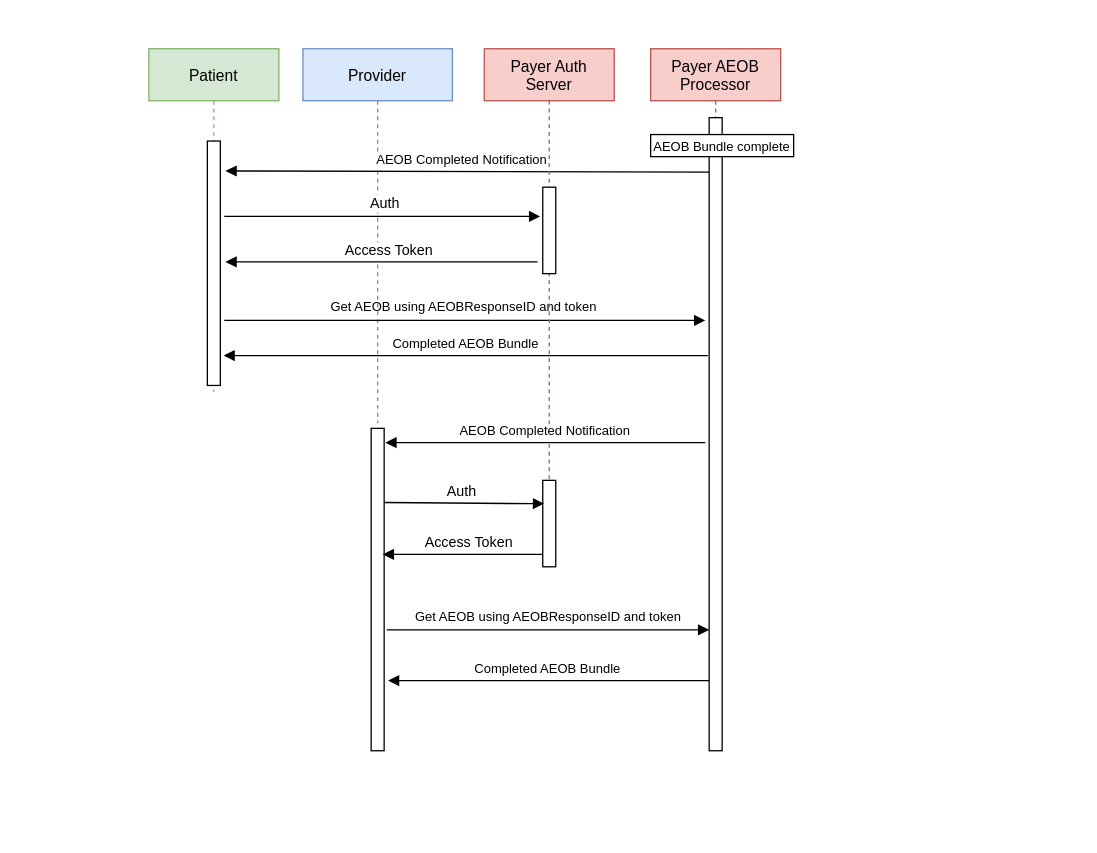
Before: input/images/GetAEOB.drawio in HL7/davinci-pct, a draw.io diagram. Source tidied: cells renumbered, new cells numbered last; positions are measured from the earlier drawing's top-left corner, leaving out a move shared by most shapes. Both pictures are drawn from the tidied source at 130%, with x=0, y=0 at pixel (148, 48).
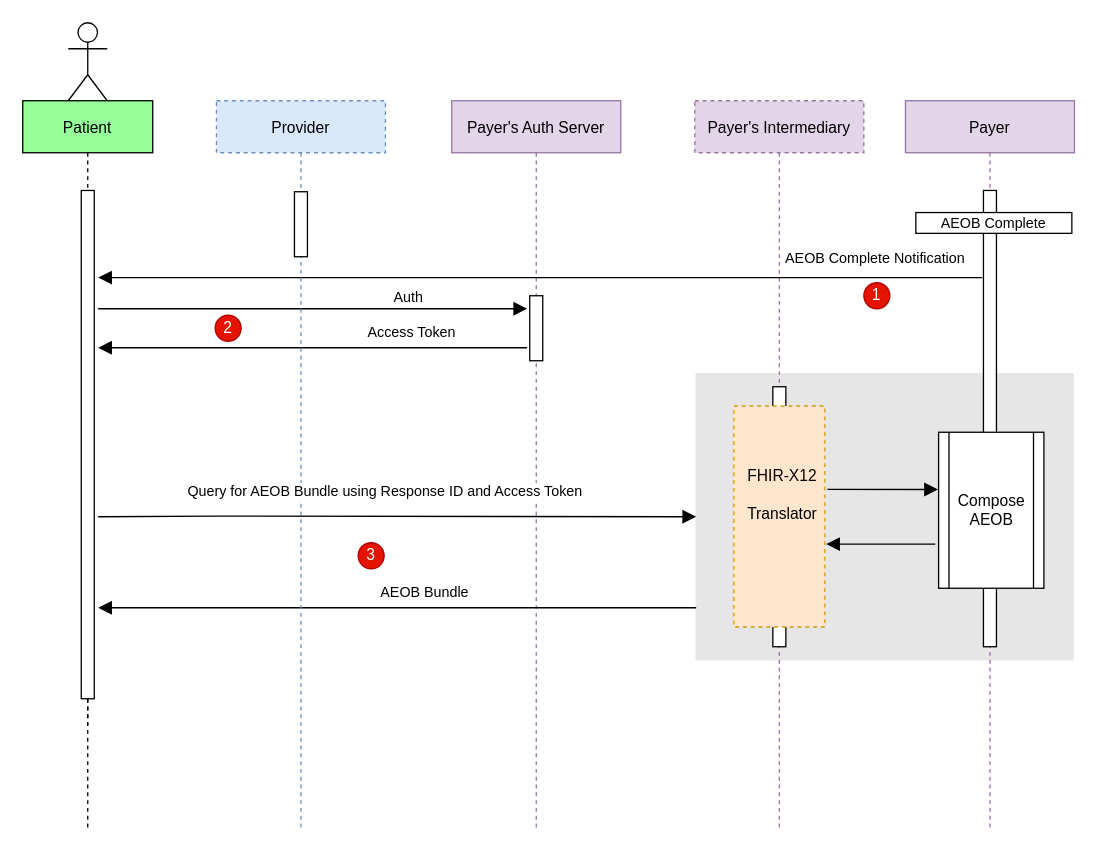
After the change.

Commit message (it also covers changes not shown here):
Updated use case graphics

The edit, as a diff of the source:
```diff
@@
-    <mxCell id="2" style="points=[];perimeter=orthogonalPerimeter;rounded=0;shadow=0;strokeWidth=1;" parent="1" vertex="1">
-      <mxGeometry x="171" y="292" width="10" height="248" as="geometry" />
-    </mxCell>
-    <mxCell id="3" value="Provider" style="shape=umlLifeline;perimeter=lifelinePerimeter;rounded=0;shadow=0;strokeWidth=1;fillColor=#dae8fc;strokeColor=#6c8ebf;" parent="1" vertex="1">
-      <mxGeometry x="118.5" width="115" height="288" as="geometry" />
-    </mxCell>
-    <mxCell id="4" value="Payer AEOB&#10;Processor" style="shape=umlLifeline;perimeter=lifelinePerimeter;rounded=0;shadow=0;strokeWidth=1;fillColor=#f8cecc;strokeColor=#b85450;" parent="1" vertex="1">
-      <mxGeometry x="386" width="100" height="443" as="geometry" />
-    </mxCell>
-    <mxCell id="5" style="points=[];perimeter=orthogonalPerimeter;rounded=0;shadow=0;strokeWidth=1;" parent="1" vertex="1">
-      <mxGeometry x="431" y="53" width="10" height="487" as="geometry" />
-    </mxCell>
-    <mxCell id="6" value="Patient" style="shape=umlLifeline;perimeter=lifelinePerimeter;rounded=0;shadow=0;strokeWidth=1;fillColor=#d5e8d4;strokeColor=#82b366;" parent="1" vertex="1">
-      <mxGeometry width="100" height="264" as="geometry" />
+    <mxCell id="6" value="Patient" style="shape=umlLifeline;perimeter=lifelinePerimeter;rounded=0;shadow=0;strokeWidth=1;fillColor=#96FF9A;" parent="1" vertex="1">
+      <mxGeometry x="-97" y="40" width="100" height="480" as="geometry" />
     </mxCell>
     <mxCell id="7" style="points=[];perimeter=orthogonalPerimeter;rounded=0;shadow=0;strokeWidth=1;" parent="6" vertex="1">
-      <mxGeometry x="45" y="71" width="10" height="188" as="geometry" />
+      <mxGeometry x="45" y="69" width="10" height="391" as="geometry" />
     </mxCell>
-    <mxCell id="8" style="verticalAlign=bottom;endArrow=block;shadow=0;strokeWidth=1;" parent="1" edge="1">
-      <mxGeometry relative="1" as="geometry">
-        <mxPoint x="58" y="209" as="sourcePoint" />
-        <mxPoint x="428" y="209" as="targetPoint" />
-      </mxGeometry>
-    </mxCell>
-    <mxCell id="9" value="Get AEOB using AEOBResponseID and token" style="text;html=1;align=center;verticalAlign=middle;fillColor=none;strokeColor=none;rounded=0;fontSize=10;" parent="1" vertex="1">
-      <mxGeometry x="134" y="190" width="215" height="16" as="geometry" />
-    </mxCell>
-    <mxCell id="10" value="Access Token" style="verticalAlign=bottom;endArrow=block;entryX=0.9;entryY=0.391;shadow=0;strokeWidth=1;fontSize=11;entryDx=0;entryDy=0;entryPerimeter=0;" parent="1" edge="1" source="14" target="2">
-      <mxGeometry x="-0.05" relative="1" as="geometry" />
-    </mxCell>
-    <mxCell id="11" value="Completed AEOB Bundle" style="verticalAlign=bottom;endArrow=block;shadow=0;strokeWidth=1;fontSize=10;" parent="1" edge="1">
-      <mxGeometry relative="1" as="geometry">
-        <mxPoint x="431" y="486" as="sourcePoint" />
-        <mxPoint x="184" y="486" as="targetPoint" />
-      </mxGeometry>
-    </mxCell>
-    <mxCell id="12" value="&lt;font style=&quot;font-size: 10px&quot;&gt;AEOB Bundle complete&lt;/font&gt;" style="rounded=0;whiteSpace=wrap;html=1;" parent="1" vertex="1">
-      <mxGeometry x="386" y="66" width="110" height="17" as="geometry" />
-    </mxCell>
-    <mxCell id="13" value="AEOB Completed Notification" style="verticalAlign=bottom;endArrow=block;shadow=0;strokeWidth=1;fontSize=10;labelBackgroundColor=#FFFFFF;exitX=0;exitY=0.086;exitDx=0;exitDy=0;exitPerimeter=0;" parent="1" edge="1" source="5">
-      <mxGeometry x="0.02" relative="1" as="geometry">
-        <mxPoint x="59" y="94" as="targetPoint" />
-      </mxGeometry>
-    </mxCell>
-    <mxCell id="14" value="Payer Auth&#10;Server" style="shape=umlLifeline;perimeter=lifelinePerimeter;rounded=0;shadow=0;strokeWidth=1;fillColor=#f8cecc;strokeColor=#b85450;" parent="1" vertex="1">
-      <mxGeometry x="258" width="100" height="399" as="geometry" />
-    </mxCell>
-    <mxCell id="15" style="points=[];perimeter=orthogonalPerimeter;rounded=0;shadow=0;strokeWidth=1;" parent="1" vertex="1">
-      <mxGeometry x="303" y="106.5" width="10" height="66.5" as="geometry" />
-    </mxCell>
-    <mxCell id="16" value="Auth" style="verticalAlign=bottom;endArrow=block;entryX=-0.2;entryY=0.338;shadow=0;strokeWidth=1;entryDx=0;entryDy=0;entryPerimeter=0;labelBackgroundColor=#FFFFFF;" parent="1" edge="1" target="15">
-      <mxGeometry x="0.02" y="1" relative="1" as="geometry">
-        <mxPoint x="58" y="129" as="sourcePoint" />
-      </mxGeometry>
-    </mxCell>
-    <mxCell id="17" value="Access Token" style="verticalAlign=bottom;endArrow=block;shadow=0;strokeWidth=1;fontSize=11;labelBackgroundColor=#FFFFFF;" parent="1" edge="1">
-      <mxGeometry x="-0.05" relative="1" as="geometry">
-        <mxPoint x="299" y="164" as="sourcePoint" />
-        <mxPoint x="59" y="164" as="targetPoint" />
-      </mxGeometry>
-    </mxCell>
-    <mxCell id="18" value="Completed AEOB Bundle" style="verticalAlign=bottom;endArrow=block;shadow=0;strokeWidth=1;fontSize=10;" parent="1" edge="1">
-      <mxGeometry relative="1" as="geometry">
-        <mxPoint x="430" y="236" as="sourcePoint" />
-        <mxPoint x="57.5" y="236" as="targetPoint" />
-      </mxGeometry>
-    </mxCell>
-    <mxCell id="19" value="AEOB Completed Notification" style="verticalAlign=bottom;endArrow=block;shadow=0;strokeWidth=1;fontSize=10;" parent="1" edge="1">
-      <mxGeometry relative="1" as="geometry">
-        <mxPoint x="428" y="303" as="sourcePoint" />
-        <mxPoint x="182" y="303" as="targetPoint" />
-      </mxGeometry>
-    </mxCell>
-    <mxCell id="20" style="points=[];perimeter=orthogonalPerimeter;rounded=0;shadow=0;strokeWidth=1;" parent="1" vertex="1">
-      <mxGeometry x="303" y="332" width="10" height="66.5" as="geometry" />
-    </mxCell>
-    <mxCell id="21" value="Auth" style="verticalAlign=bottom;endArrow=block;entryX=0.1;entryY=0.271;shadow=0;strokeWidth=1;entryDx=0;entryDy=0;entryPerimeter=0;exitX=1;exitY=0.23;exitDx=0;exitDy=0;exitPerimeter=0;" parent="1" edge="1" source="2" target="20">
-      <mxGeometry x="-0.02" relative="1" as="geometry" />
-    </mxCell>
-    <mxCell id="22" style="verticalAlign=bottom;endArrow=block;shadow=0;strokeWidth=1;" parent="1" edge="1">
-      <mxGeometry relative="1" as="geometry">
-        <mxPoint x="183" y="447" as="sourcePoint" />
-        <mxPoint x="431" y="447" as="targetPoint" />
-      </mxGeometry>
-    </mxCell>
-    <mxCell id="23" value="Get AEOB using AEOBResponseID and token" style="text;html=1;align=center;verticalAlign=middle;fillColor=none;strokeColor=none;rounded=0;fontSize=10;" parent="1" vertex="1">
-      <mxGeometry x="199" y="429" width="215" height="16" as="geometry" />
-    </mxCell>
+    <mxCell id="24" value="Payer's Auth Server" style="shape=umlLifeline;perimeter=lifelinePerimeter;rounded=0;shadow=0;strokeWidth=1;fillColor=#e1d5e7;strokeColor=#9673a6;" parent="1" vertex="1">
+      <mxGeometry x="233" y="40" width="130" height="560" as="geometry" />
+    </mxCell>
+    <mxCell id="25" style="perimeter=orthogonalPerimeter;rounded=0;shadow=0;strokeWidth=1;" parent="24" vertex="1">
+      <mxGeometry x="60" y="150" width="10" height="50" as="geometry" />
+    </mxCell>
+    <mxCell id="26" style="shape=umlActor;verticalLabelPosition=bottom;verticalAlign=top;html=1;" parent="1" vertex="1">
+      <mxGeometry x="-62" y="-20" width="30" height="60" as="geometry" />
+    </mxCell>
+    <mxCell id="27" style="edgeStyle=orthogonalEdgeStyle;rounded=0;jettySize=auto;html=1;dashed=1;endArrow=none;endFill=0;" parent="1" edge="1" source="7">
+      <mxGeometry relative="1" as="geometry">
+        <mxPoint x="-47" y="600" as="targetPoint" />
+      </mxGeometry>
+    </mxCell>
+    <mxCell id="28" value="1" style="ellipse;whiteSpace=wrap;html=1;fillColor=#e51400;strokeColor=#B20000;fontColor=#ffffff;" parent="1" vertex="1">
+      <mxGeometry x="550" y="180" width="20" height="20" as="geometry" />
+    </mxCell>
+    <mxCell id="29" value="2" style="ellipse;whiteSpace=wrap;html=1;fillColor=#e51400;strokeColor=#B20000;fontColor=#ffffff;" parent="1" vertex="1">
+      <mxGeometry x="51" y="205" width="20" height="20" as="geometry" />
+    </mxCell>
+    <mxCell id="30" style="perimeter=orthogonalPerimeter;rounded=0;shadow=0;strokeWidth=1;fillColor=#E6E6E6;strokeColor=#E6E6E6;" parent="1" vertex="1">
+      <mxGeometry x="421" y="250" width="290" height="220" as="geometry" />
+    </mxCell>
+    <mxCell id="31" value="Payer's Intermediary" style="shape=umlLifeline;perimeter=lifelinePerimeter;rounded=0;shadow=0;strokeWidth=1;fillColor=#e1d5e7;strokeColor=#9673a6;dashed=1;" parent="1" vertex="1">
+      <mxGeometry x="420" y="40" width="130" height="560" as="geometry" />
+    </mxCell>
+    <mxCell id="32" style="perimeter=orthogonalPerimeter;rounded=0;shadow=0;strokeWidth=1;" parent="31" vertex="1">
+      <mxGeometry x="60" y="220" width="10" height="200" as="geometry" />
+    </mxCell>
+    <mxCell id="33" value="Payer" style="shape=umlLifeline;perimeter=lifelinePerimeter;rounded=0;shadow=0;strokeWidth=1;fillColor=#e1d5e7;strokeColor=#9673a6;" parent="1" vertex="1">
+      <mxGeometry x="582" y="40" width="130" height="560" as="geometry" />
+    </mxCell>
+    <mxCell id="34" style="perimeter=orthogonalPerimeter;rounded=0;shadow=0;strokeWidth=1;" parent="33" vertex="1">
+      <mxGeometry x="60" y="69" width="10" height="351" as="geometry" />
+    </mxCell>
+    <mxCell id="35" style="group;" parent="1" vertex="1">
+      <mxGeometry x="452" y="278" width="70" height="170" as="geometry" />
+    </mxCell>
+    <mxCell id="36" style="rounded=0;whiteSpace=wrap;html=1;fillColor=#ffe6cc;strokeColor=#d79b00;dashed=1;" parent="35" vertex="1">
+      <mxGeometry x="-2" y="-3.2" width="70" height="170" as="geometry" />
+    </mxCell>
+    <mxCell id="37" value="&lt;font style=&quot;font-size: 12px ; font-weight: normal&quot;&gt;FHIR-X12&lt;br&gt;Translator&lt;/font&gt;" style="text;strokeColor=none;fillColor=none;html=1;fontSize=24;fontStyle=1;verticalAlign=middle;align=center;" parent="35" vertex="1">
+      <mxGeometry y="32.2" width="70" height="56.7" as="geometry" />
+    </mxCell>
+    <mxCell id="38" value="Compose AEOB" style="shape=process;whiteSpace=wrap;html=1;backgroundOutline=1;" parent="1" vertex="1">
+      <mxGeometry x="607.5" y="295" width="81" height="120" as="geometry" />
+    </mxCell>
+    <mxCell id="39" value="AEOB Complete Notification" style="verticalAlign=bottom;endArrow=block;endSize=8;shadow=0;strokeWidth=1;endFill=1;" parent="1" edge="1">
+      <mxGeometry x="-0.76" y="-6" relative="1" as="geometry">
+        <mxPoint x="641" y="176" as="sourcePoint" />
+        <mxPoint x="-39" y="176" as="targetPoint" />
+      </mxGeometry>
+    </mxCell>
+    <mxCell id="40" style="verticalAlign=bottom;endArrow=block;shadow=0;strokeWidth=1;labelBackgroundColor=none;entryX=-0.006;entryY=0.367;entryDx=0;entryDy=0;entryPerimeter=0;endSize=8;" parent="1" edge="1" target="38">
+      <mxGeometry x="0.08" y="8" relative="1" as="geometry">
+        <mxPoint x="522" y="339" as="sourcePoint" />
+      </mxGeometry>
+    </mxCell>
+    <mxCell id="41" style="verticalAlign=bottom;endArrow=block;shadow=0;strokeWidth=1;labelBackgroundColor=none;endSize=8;" parent="1" edge="1">
+      <mxGeometry x="0.02" y="-7" relative="1" as="geometry">
+        <mxPoint x="605" y="381" as="sourcePoint" />
+        <mxPoint x="521" y="381" as="targetPoint" />
+      </mxGeometry>
+    </mxCell>
+    <mxCell id="42" value="3" style="ellipse;whiteSpace=wrap;html=1;fillColor=#e51400;strokeColor=#B20000;fontColor=#ffffff;" parent="1" vertex="1">
+      <mxGeometry x="161" y="380" width="20" height="20" as="geometry" />
+    </mxCell>
+    <mxCell id="43" value="&lt;font style=&quot;font-size: 11px&quot;&gt;AEOB Complete&lt;/font&gt;" style="rounded=0;whiteSpace=wrap;html=1;" parent="1" vertex="1">
+      <mxGeometry x="590" y="126" width="120" height="16" as="geometry" />
+    </mxCell>
+    <mxCell id="44" value="Auth" style="verticalAlign=bottom;endArrow=block;shadow=0;strokeWidth=1;endSize=8;" parent="1" edge="1">
+      <mxGeometry x="0.45" relative="1" as="geometry">
+        <mxPoint x="-39" y="200" as="sourcePoint" />
+        <mxPoint x="291" y="200" as="targetPoint" />
+        <Array as="points">
+          <mxPoint x="31" y="200" />
+        </Array>
+      </mxGeometry>
+    </mxCell>
+    <mxCell id="45" style="verticalAlign=bottom;endArrow=block;shadow=0;strokeWidth=1;labelBackgroundColor=none;endSize=8;" parent="1" edge="1">
+      <mxGeometry x="0.02" y="-7" relative="1" as="geometry">
+        <mxPoint x="291" y="230" as="sourcePoint" />
+        <mxPoint x="-39" y="230" as="targetPoint" />
+      </mxGeometry>
+    </mxCell>
+    <mxCell id="46" value="Access Token" style="edgeLabel;html=1;align=center;verticalAlign=bottom;labelPosition=center;verticalLabelPosition=top;" parent="45" vertex="1">
+      <mxGeometry x="0.32" y="-4" relative="1" as="geometry">
+        <mxPoint x="128" as="offset" />
+      </mxGeometry>
+    </mxCell>
+    <mxCell id="47" style="verticalAlign=bottom;endArrow=block;shadow=0;strokeWidth=1;labelBackgroundColor=none;endSize=8;" parent="1" edge="1">
+      <mxGeometry x="0.02" y="-7" relative="1" as="geometry">
+        <mxPoint x="421" y="430" as="sourcePoint" />
+        <mxPoint x="-39" y="430" as="targetPoint" />
+      </mxGeometry>
+    </mxCell>
+    <mxCell id="48" value="AEOB Bundle" style="edgeLabel;html=1;align=center;verticalAlign=bottom;labelPosition=center;verticalLabelPosition=top;" parent="47" vertex="1">
+      <mxGeometry x="0.32" y="-4" relative="1" as="geometry">
+        <mxPoint x="94" as="offset" />
+      </mxGeometry>
+    </mxCell>
+    <mxCell id="3" value="Provider" style="shape=umlLifeline;perimeter=lifelinePerimeter;rounded=0;shadow=0;strokeWidth=1;fillColor=#dae8fc;strokeColor=#6c8ebf;dashed=1;" parent="1" vertex="1">
+      <mxGeometry x="52" y="40" width="130" height="560" as="geometry" />
+    </mxCell>
+    <mxCell id="49" style="perimeter=orthogonalPerimeter;rounded=0;shadow=0;strokeWidth=1;" parent="3" vertex="1">
+      <mxGeometry x="60" y="70" width="10" height="50" as="geometry" />
+    </mxCell>
+    <mxCell id="50" value="Query for AEOB Bundle using Response ID and Access Token" style="verticalAlign=bottom;endArrow=block;shadow=0;strokeWidth=1;endSize=8;" parent="1" edge="1">
+      <mxGeometry x="-0.04" y="10" relative="1" as="geometry">
+        <mxPoint x="-39" y="360" as="sourcePoint" />
+        <mxPoint x="421" y="360" as="targetPoint" />
+        <Array as="points">
+          <mxPoint x="61" y="359.5" />
+        </Array>
+      </mxGeometry>
+    </mxCell>
```
